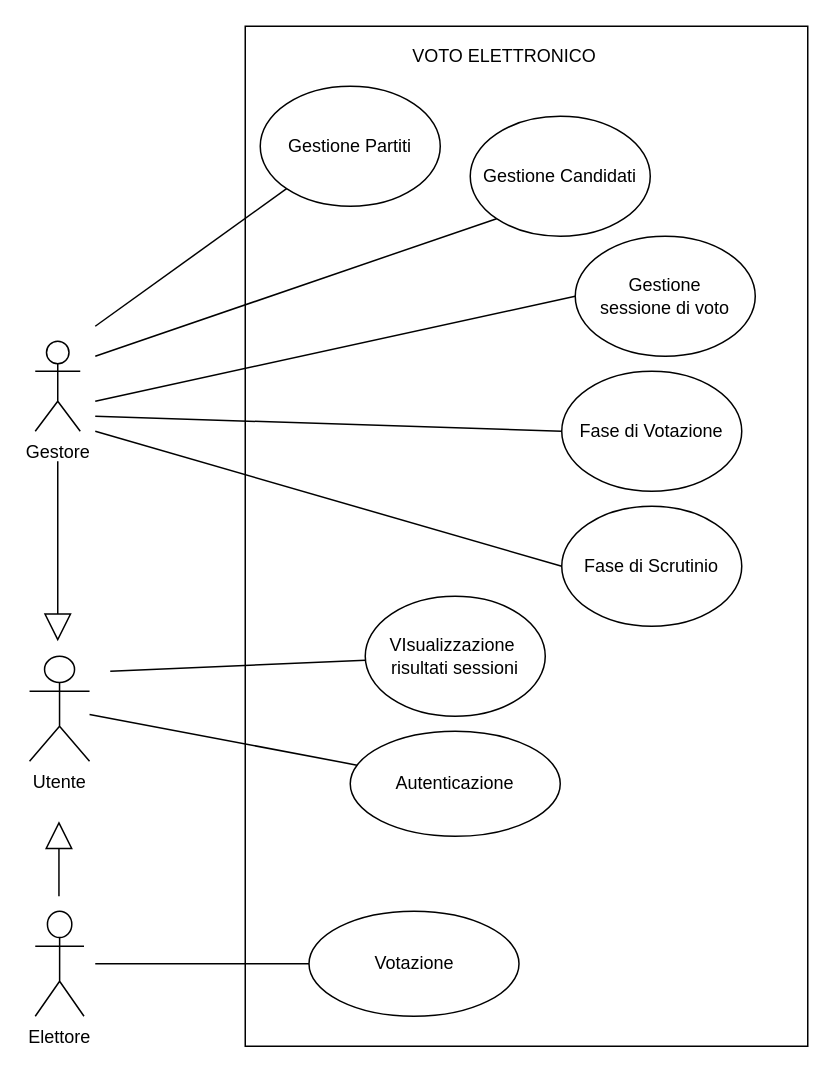
Above: page "Pagina-1" (1 of 2) of docs/Casi d'uso.drawio in gbrsni/votoElettronico (draw.io), before the change. Source tidied: cells renumbered, new cells numbered last; positions are measured from the earlier drawing's top-left corner, leaving out a move shared by most shapes. Both pictures are drawn from the tidied source at 150%, with x=0, y=0 at pixel (28, 26).
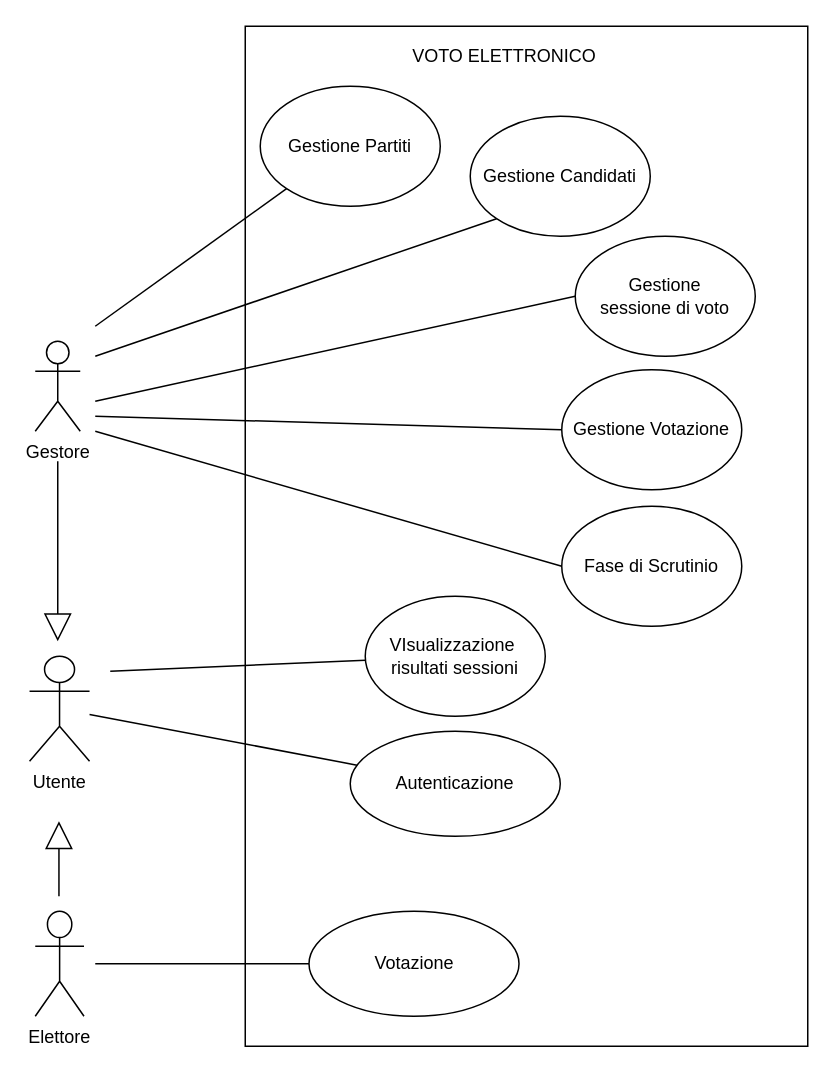
The same diagram, later.

Commit message (it also covers changes not shown here):
modifica testo

Diff of the diagram source:
```diff
@@
-    <mxCell id="9" value="Fase di Votazione" style="ellipse;whiteSpace=wrap;html=1;" parent="1" vertex="1">
-      <mxGeometry x="355" y="230" width="120" height="80" as="geometry" />
+    <mxCell id="9" value="Gestione Votazione" style="ellipse;whiteSpace=wrap;html=1;" parent="1" vertex="1">
+      <mxGeometry x="355" y="229" width="120" height="80" as="geometry" />
     </mxCell>
```
